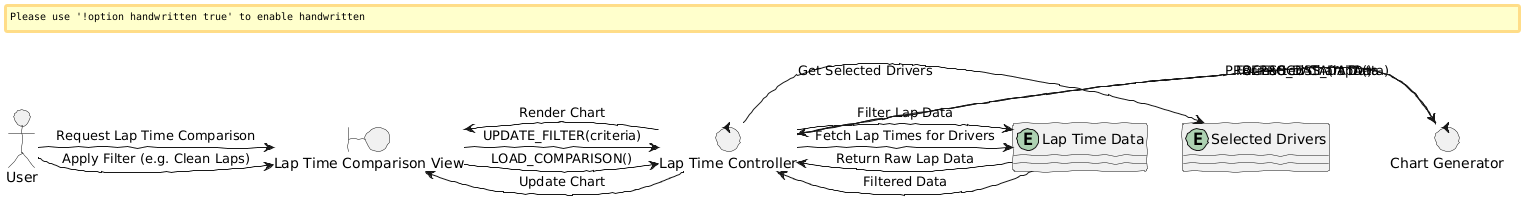
AnkitaVilasPimpalkar08/CSCI_6234_Spring_2026_G23 keeps this PlantUML diagram as Analysis/View_Lap_Time_Comparison.png. Above is the earlier version. Its diagram source:
```plantuml
@startuml
allow_mixing
skinparam handwritten true
actor User
boundary "Lap Time Comparison View" as GUI
control "Lap Time Controller" as CTRL
control "Chart Generator" as CHART
entity "Lap Time Data" as DATA
entity "Selected Drivers" as DRIVERS

User -> GUI : Request Lap Time Comparison
GUI -> CTRL : LOAD_COMPARISON()
CTRL -> DRIVERS : Get Selected Drivers
CTRL -> DATA : Fetch Lap Times for Drivers
DATA --> CTRL : Return Raw Lap Data
CTRL -> CHART : PROCESS_DATA(lapData)
CHART --> CTRL : Formatted Chart Data
CTRL -> GUI : Render Chart

User -> GUI : Apply Filter (e.g. Clean Laps)
GUI -> CTRL : UPDATE_FILTER(criteria)
CTRL -> DATA : Filter Lap Data
DATA --> CTRL : Filtered Data
CTRL -> CHART : REPROCESS_DATA()
CTRL -> GUI : Update Chart
@enduml
```
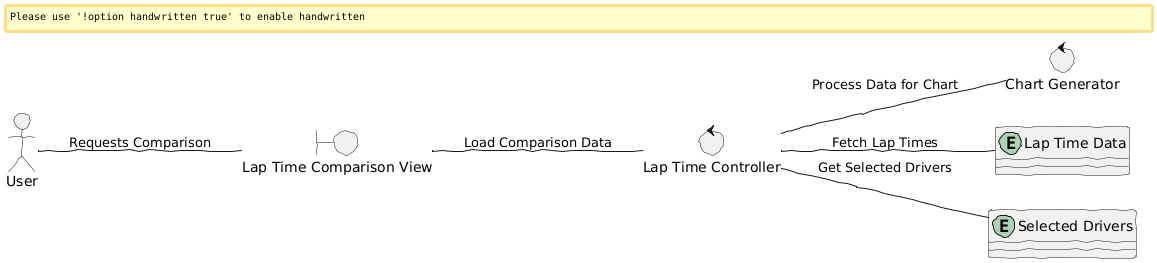
Later version of the same file.

Diff of the diagram source:
```diff
@@ -1,6 +1,8 @@
 @startuml
+left to right direction
+skinparam handwritten true
 allow_mixing
-skinparam handwritten true
+
 actor User
 boundary "Lap Time Comparison View" as GUI
 control "Lap Time Controller" as CTRL
@@ -8,19 +10,9 @@
 entity "Lap Time Data" as DATA
 entity "Selected Drivers" as DRIVERS
 
-User -> GUI : Request Lap Time Comparison
-GUI -> CTRL : LOAD_COMPARISON()
-CTRL -> DRIVERS : Get Selected Drivers
-CTRL -> DATA : Fetch Lap Times for Drivers
-DATA --> CTRL : Return Raw Lap Data
-CTRL -> CHART : PROCESS_DATA(lapData)
-CHART --> CTRL : Formatted Chart Data
-CTRL -> GUI : Render Chart
-
-User -> GUI : Apply Filter (e.g. Clean Laps)
-GUI -> CTRL : UPDATE_FILTER(criteria)
-CTRL -> DATA : Filter Lap Data
-DATA --> CTRL : Filtered Data
-CTRL -> CHART : REPROCESS_DATA()
-CTRL -> GUI : Update Chart
+User -- GUI : Requests Comparison
+GUI -- CTRL : Load Comparison Data
+CTRL -- DRIVERS : Get Selected Drivers
+CTRL -- DATA : Fetch Lap Times
+CTRL -- CHART : Process Data for Chart
 @enduml
```
